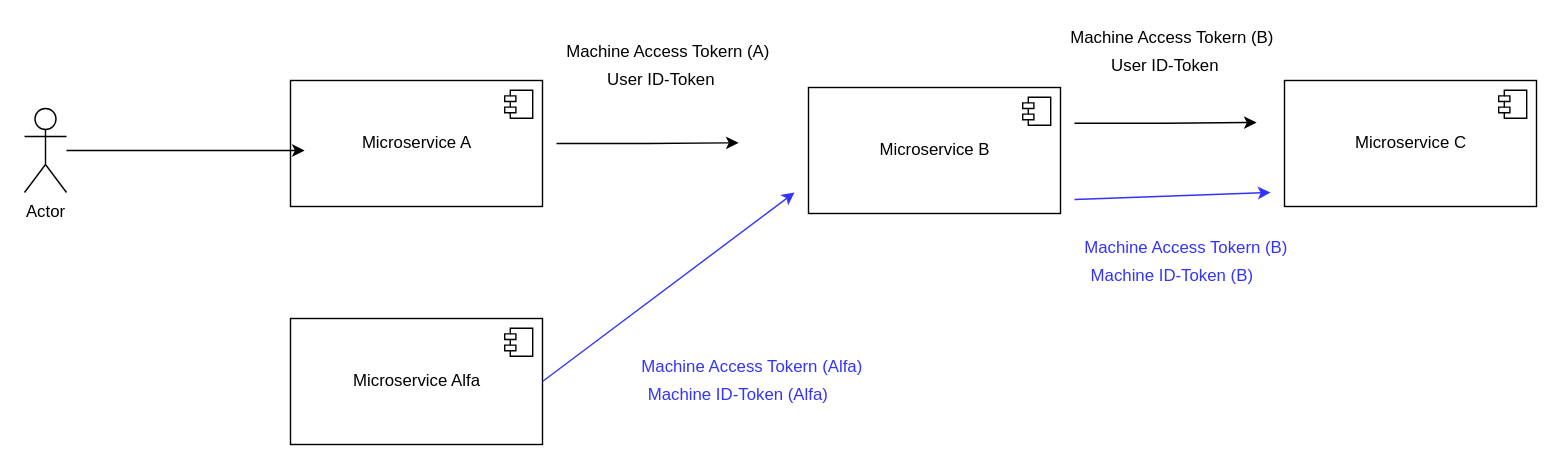
Before: Untitled Diagram.drawio in slookin/stuff, a draw.io diagram. Source tidied: cells renumbered, new cells numbered last; positions are measured from the earlier drawing's top-left corner, leaving out a move shared by most shapes. Both pictures are drawn from the tidied source at 140%, with x=0, y=0 at pixel (24, 24).
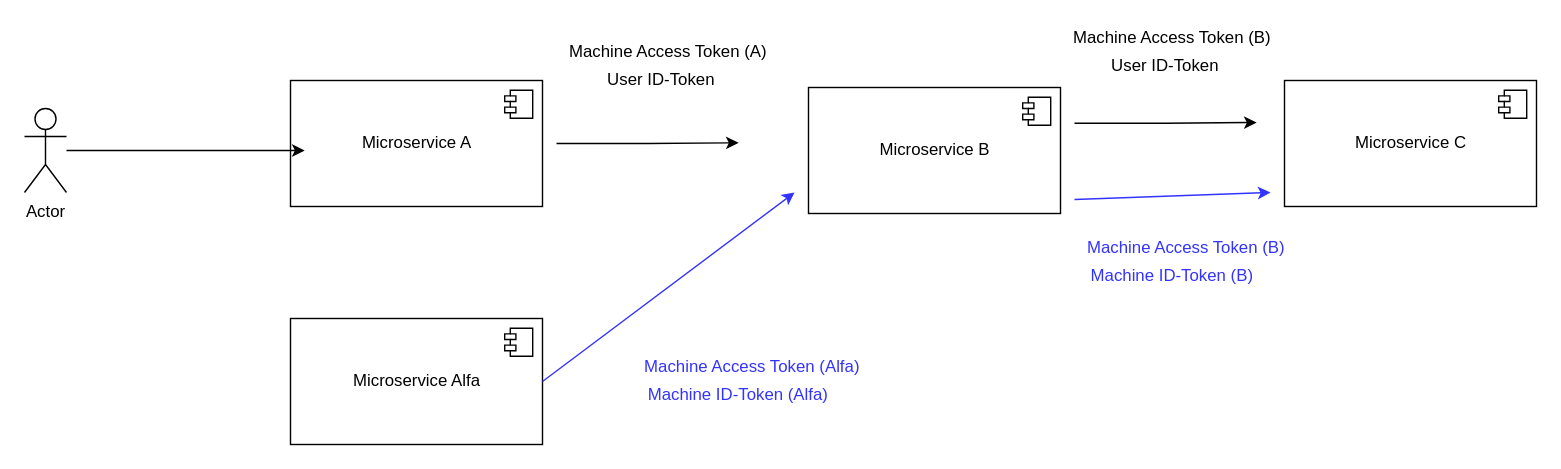
The same diagram, later.

The edit, as a diff of the source:
```diff
@@
-    <mxCell id="13" value="Machine Access Tokern (A)" style="text;html=1;strokeColor=none;fillColor=none;align=center;verticalAlign=middle;whiteSpace=wrap;rounded=0;" parent="1" vertex="1">
+    <mxCell id="13" value="Machine Access Token (A)" style="text;html=1;strokeColor=none;fillColor=none;align=center;verticalAlign=middle;whiteSpace=wrap;rounded=0;" parent="1" vertex="1">
       <mxGeometry x="370" y="10" width="180" height="20" as="geometry" />
     </mxCell>
@@
-    <mxCell id="15" value="Machine Access Tokern (B)" style="text;html=1;strokeColor=none;fillColor=none;align=center;verticalAlign=middle;whiteSpace=wrap;rounded=0;" parent="1" vertex="1">
+    <mxCell id="15" value="Machine Access Token (B)" style="text;html=1;strokeColor=none;fillColor=none;align=center;verticalAlign=middle;whiteSpace=wrap;rounded=0;" parent="1" vertex="1">
       <mxGeometry x="730" width="180" height="20" as="geometry" />
     </mxCell>
@@
-    <mxCell id="19" value="Machine Access Tokern (Alfa)" style="text;html=1;strokeColor=none;fillColor=none;align=center;verticalAlign=middle;whiteSpace=wrap;rounded=0;fontColor=#3333FF;" parent="1" vertex="1">
+    <mxCell id="19" value="Machine Access Token (Alfa)" style="text;html=1;strokeColor=none;fillColor=none;align=center;verticalAlign=middle;whiteSpace=wrap;rounded=0;fontColor=#3333FF;" parent="1" vertex="1">
       <mxGeometry x="430" y="235" width="180" height="20" as="geometry" />
     </mxCell>
@@
-    <mxCell id="21" value="Machine Access Tokern (B)" style="text;html=1;strokeColor=none;fillColor=none;align=center;verticalAlign=middle;whiteSpace=wrap;rounded=0;fontColor=#3333FF;" parent="1" vertex="1">
+    <mxCell id="21" value="Machine Access Token (B)" style="text;html=1;strokeColor=none;fillColor=none;align=center;verticalAlign=middle;whiteSpace=wrap;rounded=0;fontColor=#3333FF;" parent="1" vertex="1">
       <mxGeometry x="740" y="150" width="180" height="20" as="geometry" />
     </mxCell>
```
